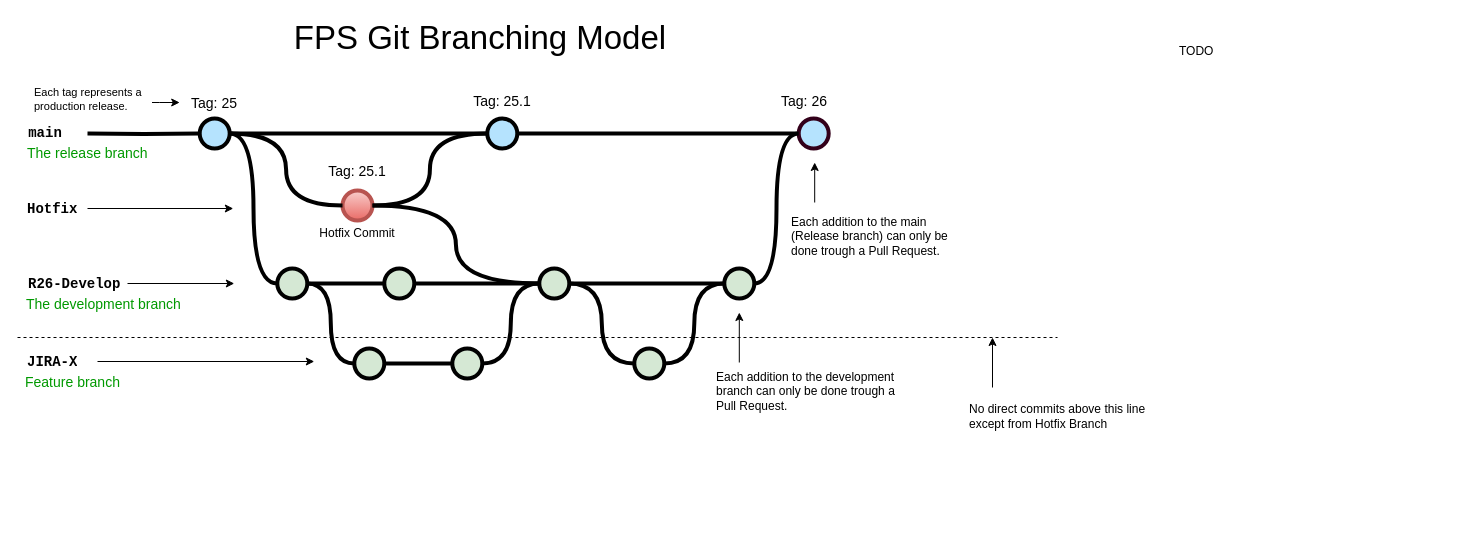
This is temp.drawio.xml from NiHanDK/FPS-SCM-Model, a draw.io file, before an edit. Source tidied: cells renumbered, new cells numbered last; positions are measured from the earlier drawing's top-left corner, leaving out a move shared by most shapes. Both pictures are drawn from the tidied source at 100%, with x=0, y=0 at pixel (17, 17).
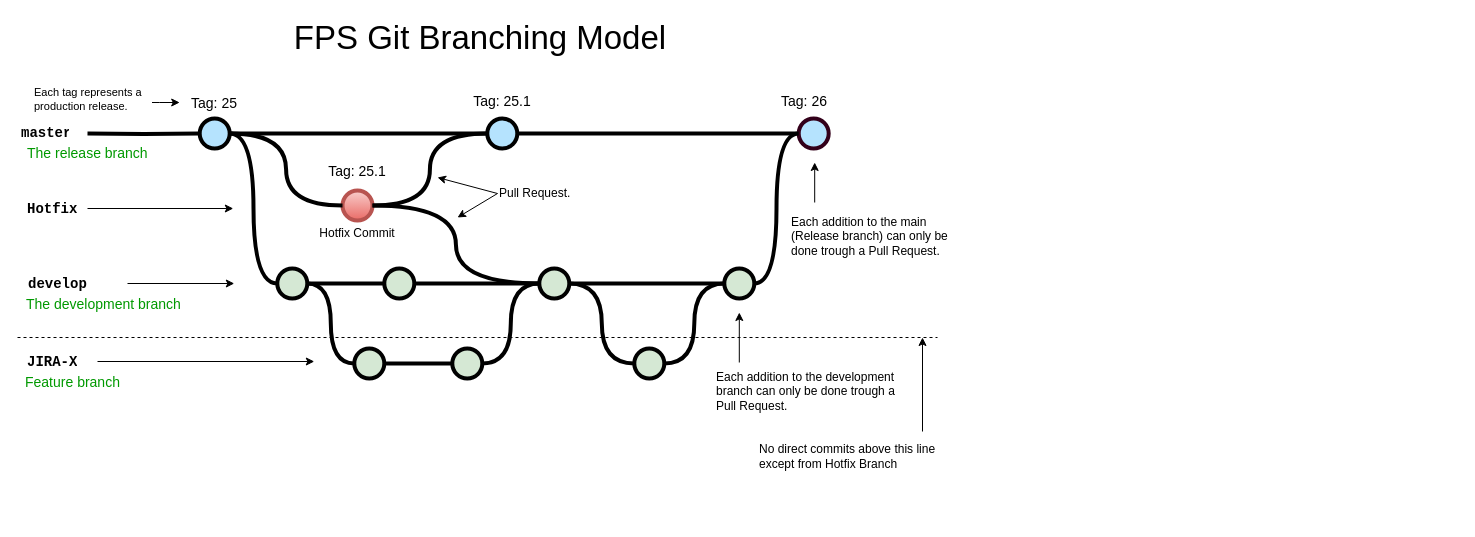
Above is the later version.

The edit, as a diff of the source:
```diff
@@
-    <mxCell id="8" value="main" style="text;html=1;strokeColor=none;fillColor=none;align=center;verticalAlign=middle;whiteSpace=wrap;overflow=hidden;fontSize=14;fontStyle=1;fontFamily=Courier New;" parent="1" vertex="1">
+    <mxCell id="8" value="master" style="text;html=1;strokeColor=none;fillColor=none;align=center;verticalAlign=middle;whiteSpace=wrap;overflow=hidden;fontSize=14;fontStyle=1;fontFamily=Courier New;" parent="1" vertex="1">
       <mxGeometry x="3" y="95" width="50" height="42" as="geometry" />
     </mxCell>
@@
-    <mxCell id="14" value="R26-Develop" style="text;html=1;strokeColor=none;fillColor=none;align=left;verticalAlign=middle;whiteSpace=wrap;overflow=hidden;fontSize=14;fontStyle=1;fontFamily=Courier New;" parent="1" vertex="1">
+    <mxCell id="14" value="develop" style="text;html=1;strokeColor=none;fillColor=none;align=left;verticalAlign=middle;whiteSpace=wrap;overflow=hidden;fontSize=14;fontStyle=1;fontFamily=Courier New;" parent="1" vertex="1">
       <mxGeometry x="8.8" y="256" width="101.2" height="20" as="geometry" />
     </mxCell>
@@
     <mxCell id="49" style="endArrow=none;dashed=1;html=1;rounded=0;" parent="1" edge="1">
       <mxGeometry relative="1" as="geometry">
         <mxPoint y="320" as="sourcePoint" />
-        <mxPoint x="1040" y="320" as="targetPoint" />
+        <mxPoint x="920" y="320" as="targetPoint" />
       </mxGeometry>
     </mxCell>
     <mxCell id="50" style="endArrow=classic;html=1;strokeWidth=1;fontFamily=Courier New;fontColor=#009900;" parent="1" edge="1">
       <mxGeometry relative="1" as="geometry">
-        <mxPoint x="975" y="370" as="sourcePoint" />
-        <mxPoint x="975" y="320" as="targetPoint" />
+        <mxPoint x="905" y="414" as="sourcePoint" />
+        <mxPoint x="905" y="320" as="targetPoint" />
       </mxGeometry>
     </mxCell>
     <mxCell id="51" value="&lt;span style=&quot;text-align: center&quot;&gt;No direct commits above this line except from Hotfix Branch&lt;/span&gt;&lt;span style=&quot;text-align: center&quot;&gt;&lt;br&gt;&lt;/span&gt;" style="text;html=1;strokeColor=none;fillColor=none;align=left;verticalAlign=middle;whiteSpace=wrap;overflow=hidden;fontSize=12;fontStyle=0;fontColor=#000000;" parent="1" vertex="1">
-      <mxGeometry x="950" y="370" width="183.2" height="58" as="geometry" />
+      <mxGeometry x="740" y="410" width="183.2" height="58" as="geometry" />
     </mxCell>
@@
-    <mxCell id="54" value="&lt;span style=&quot;text-align: center&quot;&gt;TODO&lt;/span&gt;&lt;span style=&quot;text-align: center&quot;&gt;&lt;br&gt;&lt;/span&gt;" style="text;html=1;strokeColor=none;fillColor=none;align=left;verticalAlign=top;whiteSpace=wrap;overflow=hidden;fontSize=12;fontStyle=0;fontColor=#000000;horizontal=1;" parent="1" vertex="1">
-      <mxGeometry x="1160" y="20" width="280" height="480" as="geometry" />
-    </mxCell>
+    <mxCell id="55" value="&lt;span style=&quot;text-align: center&quot;&gt;Pull Request.&lt;br&gt;&lt;/span&gt;" style="text;html=1;strokeColor=none;fillColor=none;align=left;verticalAlign=middle;whiteSpace=wrap;overflow=hidden;fontSize=12;fontStyle=0;fontColor=#000000;" parent="1" vertex="1">
+      <mxGeometry x="480" y="150" width="167.8" height="52" as="geometry" />
+    </mxCell>
+    <mxCell id="56" style="endArrow=classic;html=1;strokeWidth=1;fontFamily=Courier New;fontColor=#009900;exitX=0;exitY=0.5;exitDx=0;exitDy=0;" parent="1" edge="1" source="55">
+      <mxGeometry relative="1" as="geometry">
+        <mxPoint x="420" y="160" as="targetPoint" />
+      </mxGeometry>
+    </mxCell>
+    <mxCell id="57" style="endArrow=classic;html=1;strokeWidth=1;fontFamily=Courier New;fontColor=#009900;exitX=0;exitY=0.5;exitDx=0;exitDy=0;" parent="1" edge="1" source="55">
+      <mxGeometry relative="1" as="geometry">
+        <mxPoint x="440" y="200" as="targetPoint" />
+      </mxGeometry>
+    </mxCell>
```
